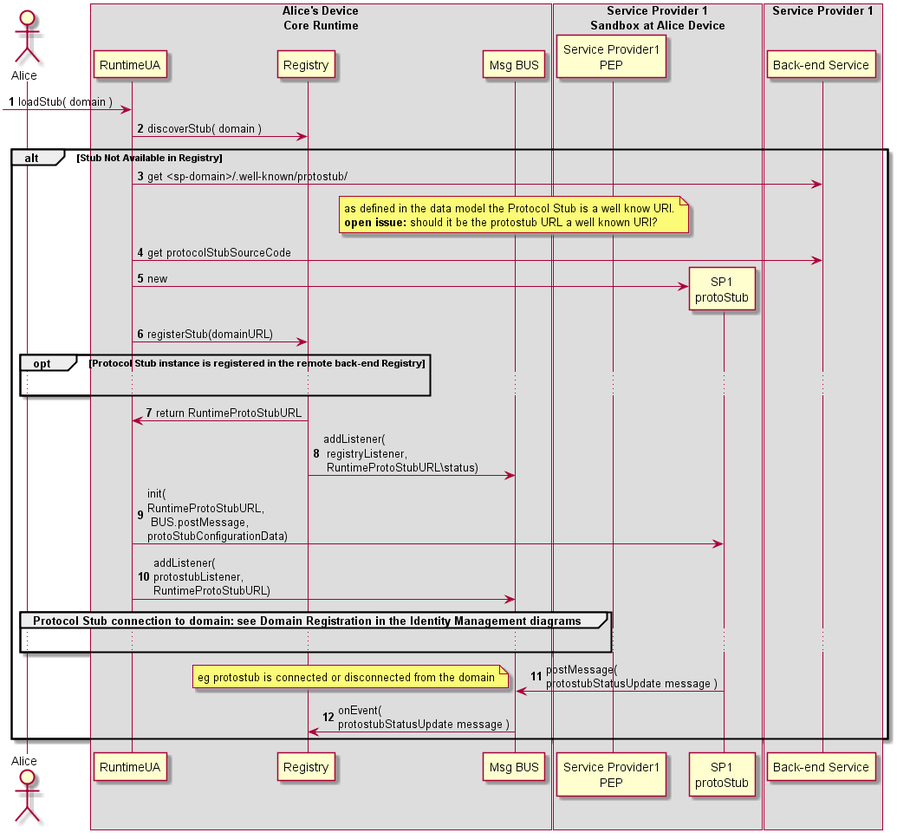
Earlier version of the PlantUML export docs/specs/runtime/dynamic-view/basics/deploy-protostub.png (reTHINK-project/core-framework). Its source is kept beside it as docs/specs/runtime/dynamic-view/basics/deploy-protostub.plantuml.
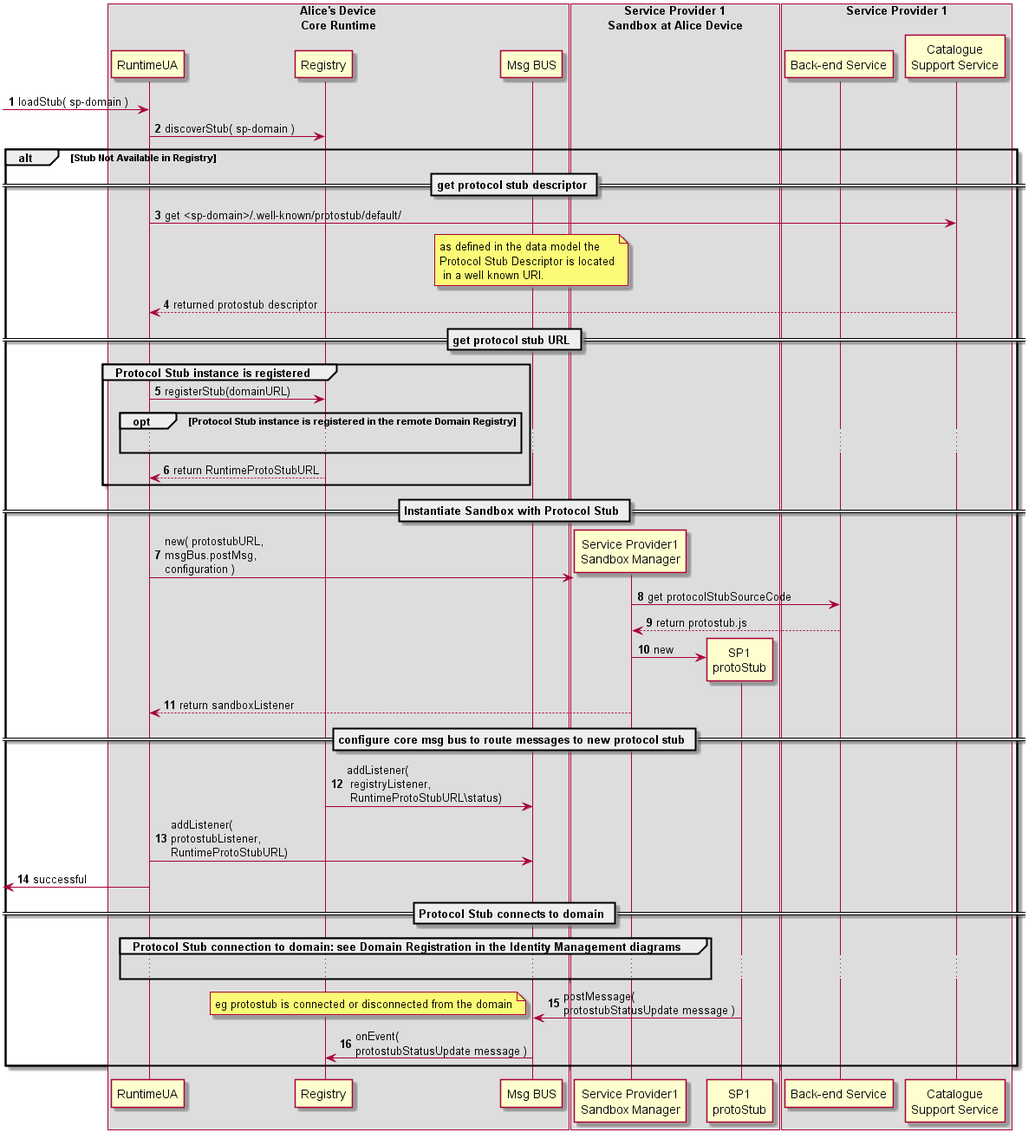
Later version of the same file.

Diff of the diagram source:
```diff
@@ -12,43 +12,66 @@
 
 !define SHOW_SP1SandboxAtRuntimeA
 !define SHOW_Protostub1AtRuntimeA
-!define SHOW_ServiceProvider1RouterAtRuntimeA
+!define SHOW_ServiceProvider1SandboxManagerAtRuntimeA
 
 !define SHOW_SP1
+!define SHOW_Cat1
 
 !include ../runtime_objects.plantuml
 
--> RunUA@A : loadStub( domain )
+-> RunUA@A : loadStub( sp-domain )
 
-RunUA@A -> RunReg@A : discoverStub( domain )
+RunUA@A -> RunReg@A : discoverStub( sp-domain )
 
 alt Stub Not Available in Registry
 
-	RunUA@A -> SP1 : get <sp-domain>/.well-known/protostub/
+== get protocol stub descriptor ==
+
+	RunUA@A -> Cat1 : get <sp-domain>/.well-known/protostub/default/
 
 		note over BUS@A
-			as defined in the data model the Protocol Stub is a well know URI.
-			**open issue:** should it be the protostub URL a well known URI?
+			as defined in the data model the
+			Protocol Stub Descriptor is located
+			 in a well known URI.
 		end note
 
-	RunUA@A -> SP1 : get protocolStubSourceCode
+	RunUA@A <-- Cat1 : returned protostub descriptor
+
+	== get protocol stub URL ==
+
+	group Protocol Stub instance is registered
+		RunUA@A -> RunReg@A : registerStub(domainURL)
+
+		opt Protocol Stub instance is registered in the remote Domain Registry
+		...
+		end
+
+		RunUA@A <-- RunReg@A : return RuntimeProtoStubURL
+	end
+
+== Instantiate Sandbox with Protocol Stub ==
+
+	create Sand1@A
+	RunUA@A -> Sand1@A : new( protostubURL,\nmsgBus.postMsg,\nconfiguration )
+
+	Sand1@A -> SP1 : get protocolStubSourceCode
+
+	Sand1@A <-- SP1 : return protostub.js
 
 	create Proto1@A
-	RunUA@A -> Proto1@A : new
+	Sand1@A -> Proto1@A : new
 
-	RunUA@A -> RunReg@A : registerStub(domainURL)
+	RunUA@A <-- Sand1@A : return sandboxListener
 
-	opt Protocol Stub instance is registered in the remote back-end Registry
-		...
-	end
-
-	RunUA@A <- RunReg@A : return RuntimeProtoStubURL
+== configure core msg bus to route messages to new protocol stub ==
 
 	RunReg@A -> BUS@A : addListener(\n registryListener,\n RuntimeProtoStubURL\status)
 
-	RunUA@A -> Proto1@A : init(\nRuntimeProtoStubURL,\n BUS.postMessage,\nprotoStubConfigurationData)
+	BUS@A <- RunUA@A : addListener( \nprotostubListener, \nRuntimeProtoStubURL)
 
-	BUS@A <- RunUA@A : addListener( \nprotostubListener, \nRuntimeProtoStubURL)
+	 <- RunUA@A : successful
+
+== Protocol Stub connects to domain ==
 
 	group Protocol Stub connection to domain: see Domain Registration in the Identity Management diagrams
 
```
